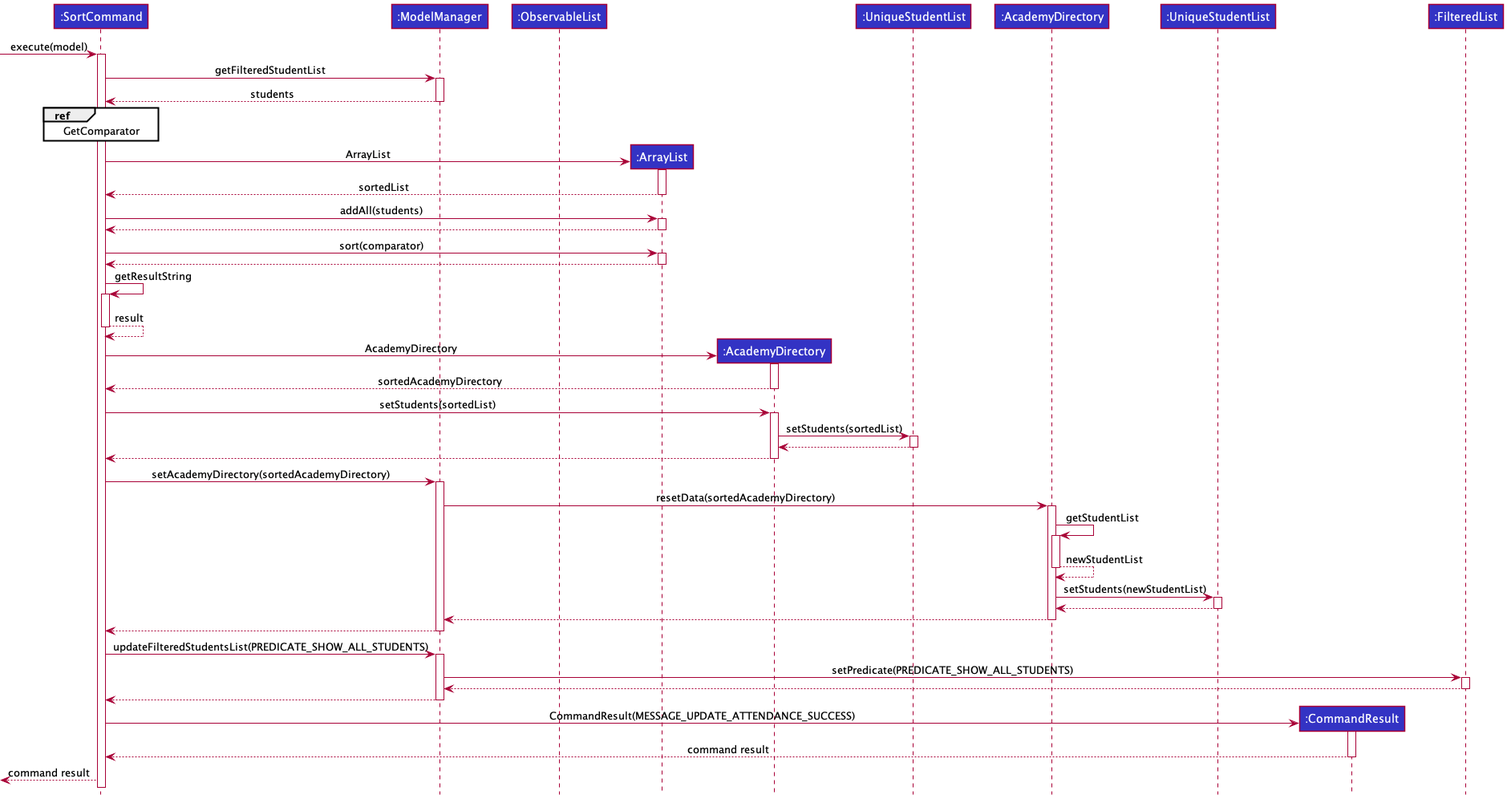
Above: docs/images/logic/commands/sortcommand/SortCommandSequenceDiagram.png in nus-cs2103-AY2122S1/tp (PlantUML), before the change.
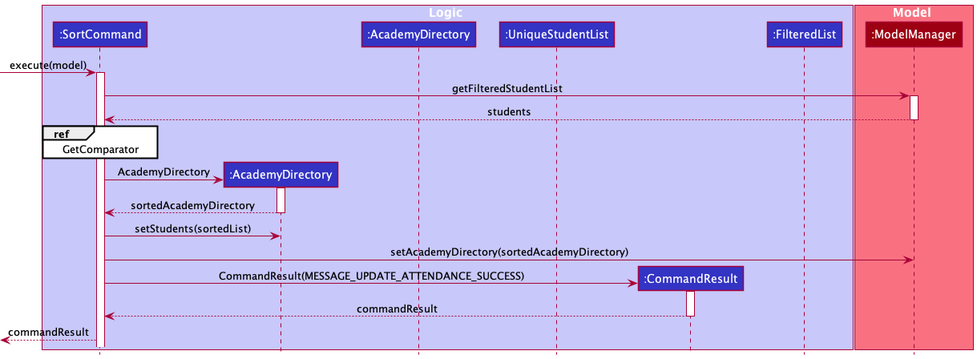
After the commit.

What changed in the source:
```diff
@@ -1,17 +1,18 @@
 @startuml
 !include ../../../style.puml
 
+box Logic LOGIC_COLOR_T1
 Participant ":SortCommand" as sc LOGIC_COLOR
-Participant ":ModelManager" as mm LOGIC_COLOR
-Participant ":ObservableList" as ol LOGIC_COLOR
-Participant ":ArrayList" as al LOGIC_COLOR
 Participant ":AcademyDirectory" as ad LOGIC_COLOR
-Participant ":UniqueStudentList" as usl LOGIC_COLOR
 Participant ":AcademyDirectory" as mad LOGIC_COLOR
 Participant ":UniqueStudentList" as musl LOGIC_COLOR
 Participant ":CommandResult" as cr LOGIC_COLOR
 Participant ":FilteredList" as fl LOGIC_COLOR
+end box
 
+box Model MODEL_COLOR_T1
+Participant ":ModelManager" as mm MODEL_COLOR
+end box
 
 [-> sc : execute(model)
 activate sc
@@ -19,41 +20,20 @@
 mm --> sc --: students
 ref over sc : GetComparator
 
-create al
-sc -> al ++ : ArrayList
-al --> sc --: sortedList
-sc -> al ++ : addAll(students)
-al --> sc --
-sc -> al ++ : sort(comparator)
-al --> sc --
-sc -> sc ++ : getResultString
-sc --> sc -- : result
+
 
 create ad
 sc -> ad ++ : AcademyDirectory
 ad --> sc -- : sortedAcademyDirectory
 
-sc -> ad ++ : setStudents(sortedList)
-ad -> usl ++ : setStudents(sortedList)
-usl --> ad --
-ad --> sc --
+sc -> ad : setStudents(sortedList)
 
-sc -> mm ++ : setAcademyDirectory(sortedAcademyDirectory)
-mm -> mad ++ : resetData(sortedAcademyDirectory)
-mad -> mad ++ : getStudentList
-mad --> mad -- : newStudentList
-mad -> musl ++ : setStudents(newStudentList)
-musl --> mad --
-mad --> mm --
-mm --> sc --
-sc -> mm ++ : updateFilteredStudentsList(PREDICATE_SHOW_ALL_STUDENTS)
-mm -> fl ++ : setPredicate(PREDICATE_SHOW_ALL_STUDENTS)
-fl --> mm --
-mm --> sc --
+
+sc -> mm : setAcademyDirectory(sortedAcademyDirectory)
 
 create cr
 sc -> cr ++ : CommandResult(MESSAGE_UPDATE_ATTENDANCE_SUCCESS)
-cr --> sc -- : command result
-<-- sc : command result
+cr --> sc -- : commandResult
+<-- sc : commandResult
 
 @enduml
```
